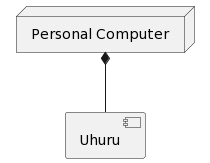
Earlier version of the PlantUML export docs/physicalView/DeploymentDiagram.png (MiguelCiav/Uhuru). Its diagram source:
```plantuml
@startuml
node "Personal Computer" as PC
component Uhuru

PC *-- Uhuru
@enduml
```
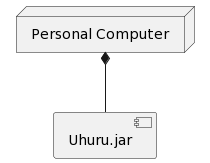
Above is the later version.

The edit, as a diff of the source:
```diff
@@ -1,6 +1,6 @@
 @startuml
 node "Personal Computer" as PC
-component Uhuru
+component Uhuru.jar
 
-PC *-- Uhuru
+PC *-- Uhuru.jar
 @enduml
```
